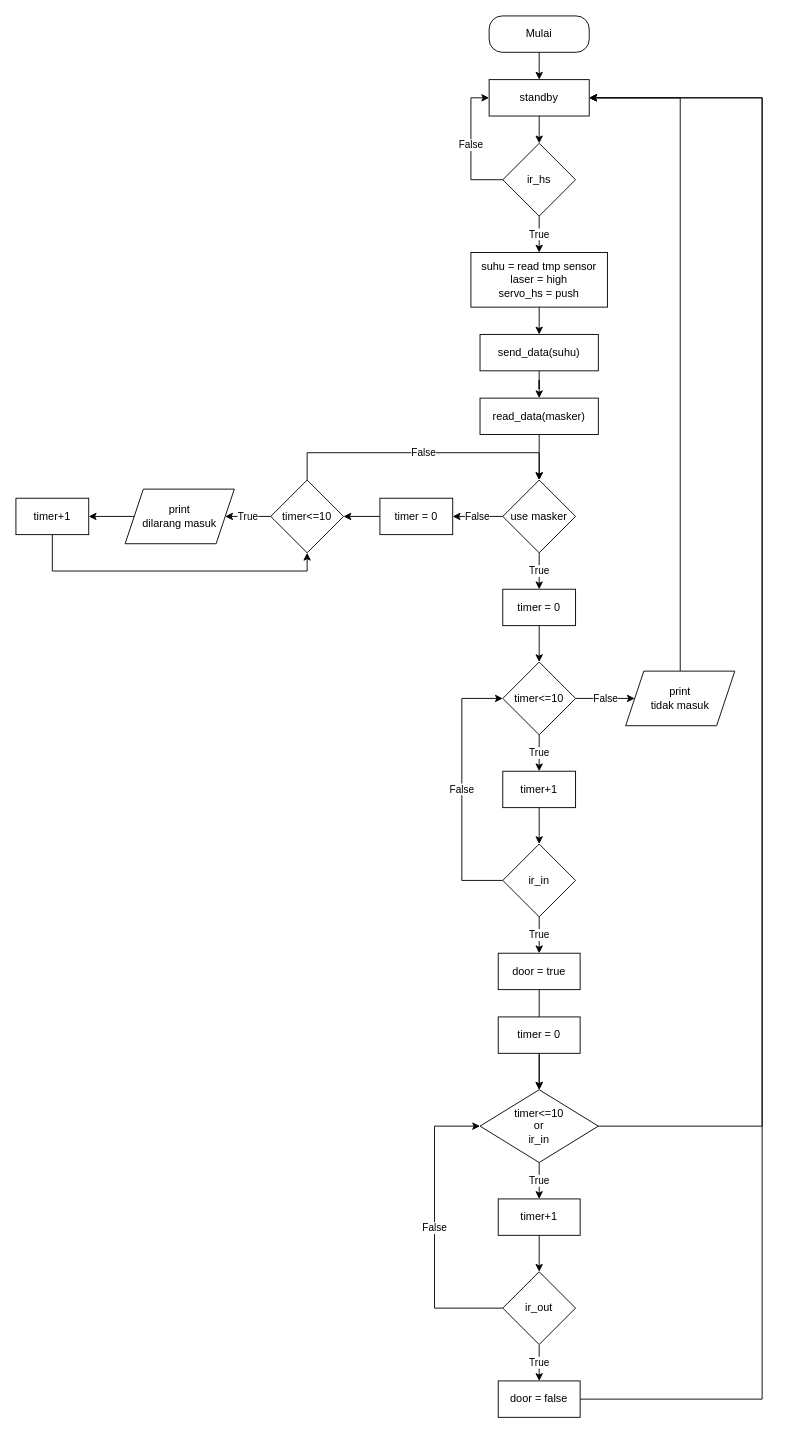
Before: micon/flowchart_micon.drawio in ahmadaziz6720/hackfest_meocon, a draw.io diagram. Source tidied: cells renumbered, new cells numbered last; positions are measured from the earlier drawing's top-left corner, leaving out a move shared by most shapes. Both pictures are drawn from the tidied source at 91%, with x=0, y=0 at pixel (15, 15).
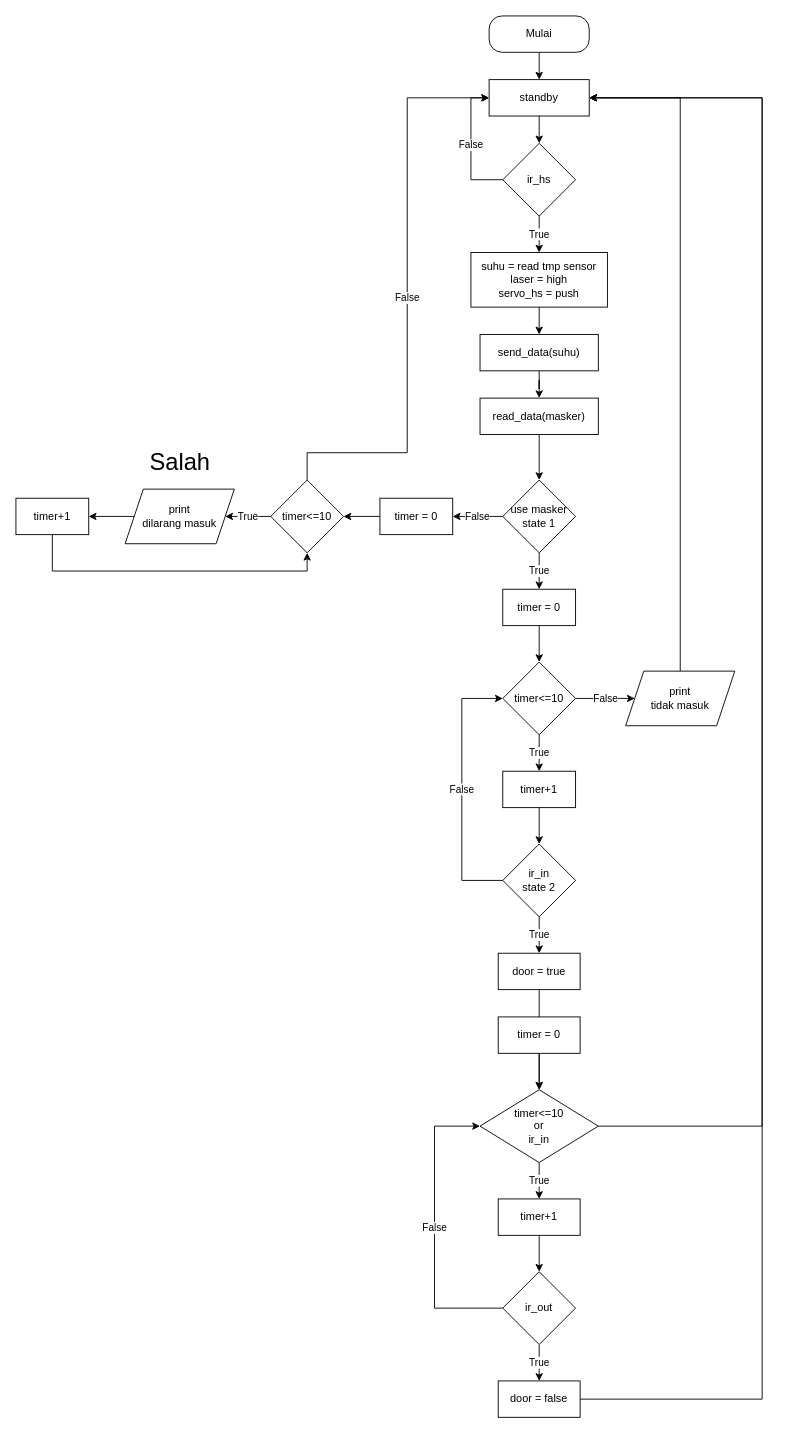
After the change.

Commit message (it also covers changes not shown here):
micon code structure

Unchanged cells that the change refers to:
```xml
<mxCell id="29" value="timer&amp;lt;=10" style="rhombus;whiteSpace=wrap;html=1;" parent="1" vertex="1">
  <mxGeometry x="280" y="510" width="80" height="80" as="geometry" />
</mxCell>
```

The edit, as a diff of the source:
```diff
@@
-    <mxCell id="17" value="use masker" style="rhombus;whiteSpace=wrap;html=1;" parent="1" vertex="1">
+    <mxCell id="17" value="use masker&lt;br&gt;state 1" style="rhombus;whiteSpace=wrap;html=1;" parent="1" vertex="1">
       <mxGeometry x="535" y="510" width="80" height="80" as="geometry" />
     </mxCell>
@@
-    <mxCell id="20" value="ir_in" style="rhombus;whiteSpace=wrap;html=1;" parent="1" vertex="1">
+    <mxCell id="20" value="ir_in&lt;br&gt;state 2" style="rhombus;whiteSpace=wrap;html=1;" parent="1" vertex="1">
       <mxGeometry x="535" y="910" width="80" height="80" as="geometry" />
     </mxCell>
@@
-    <mxCell id="28" value="False" style="edgeStyle=orthogonalEdgeStyle;rounded=0;jettySize=auto;html=1;exitX=0.5;exitY=0;exitDx=0;exitDy=0;entryX=0.5;entryY=0;entryDx=0;entryDy=0;" parent="1" edge="1" source="29" target="17">
+    <mxCell id="28" value="False" style="edgeStyle=orthogonalEdgeStyle;rounded=0;jettySize=auto;html=1;exitX=0.5;exitY=0;exitDx=0;exitDy=0;" parent="1" edge="1" source="29">
       <mxGeometry relative="1" as="geometry">
+        <mxPoint x="520" y="90" as="targetPoint" />
         <Array as="points">
           <mxPoint x="320" y="480" />
-          <mxPoint x="575" y="480" />
+          <mxPoint x="430" y="480" />
+          <mxPoint x="430" y="90" />
         </Array>
       </mxGeometry>
     </mxCell>
@@
+    <mxCell id="53" value="&lt;font style=&quot;font-size: 26px&quot;&gt;Salah&lt;/font&gt;" style="text;html=1;align=center;verticalAlign=middle;strokeColor=none;fillColor=none;" parent="1" vertex="1">
+      <mxGeometry x="140" y="480" width="80" height="20" as="geometry" />
+    </mxCell>
```
